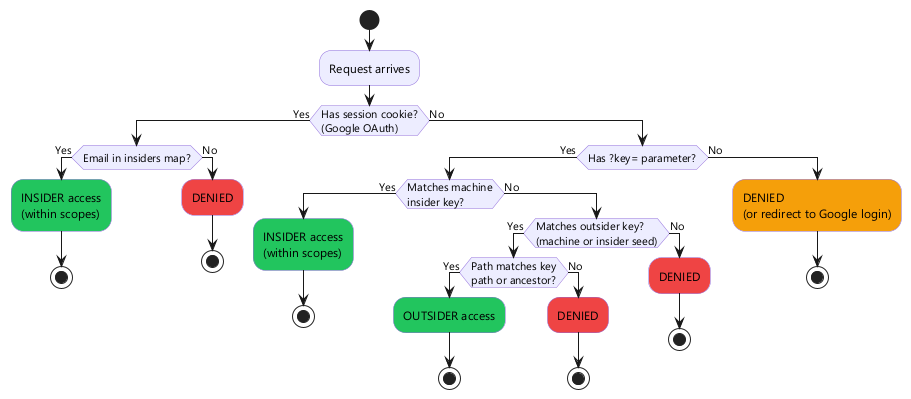
This is diagrams/out/access-decision-flow.png from karmaniverous/jeeves-server, a PlantUML export, as it was before one commit. The source it was exported from:
```plantuml
@startuml access-decision-flow
skinparam backgroundColor white
skinparam shadowing false
skinparam defaultFontName "Segoe UI"
skinparam ActivityDiamondBackgroundColor #ECECFF
skinparam ActivityDiamondBorderColor #9370DB
skinparam ActivityBackgroundColor #ECECFF
skinparam ActivityBorderColor #9370DB

start

:Request arrives;

if (Has session cookie?\n(Google OAuth)) then (Yes)
  if (Email in insiders map?) then (Yes)
    :INSIDER access\n(within scopes);<<#22c55e>>
    stop
  else (No)
    :DENIED;<<#ef4444>>
    stop
  endif
else (No)
  if (Has ?key= parameter?) then (Yes)
    if (Matches machine\ninsider key?) then (Yes)
      :INSIDER access\n(within scopes);<<#22c55e>>
      stop
    else (No)
      if (Matches outsider key?\n(machine or insider seed)) then (Yes)
        if (Path matches key\npath or ancestor?) then (Yes)
          :OUTSIDER access;<<#22c55e>>
          stop
        else (No)
          :DENIED;<<#ef4444>>
          stop
        endif
      else (No)
        :DENIED;<<#ef4444>>
        stop
      endif
    endif
  else (No)
    :DENIED\n(or redirect to Google login);<<#f59e0b>>
    stop
  endif
endif

@enduml
```
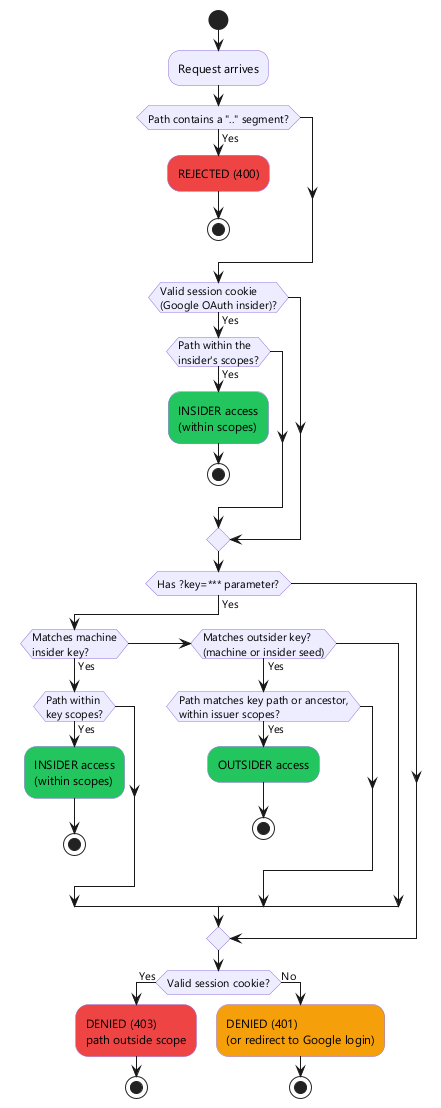
Above is the later version.

What changed in the source:
```diff
@@ -11,37 +11,38 @@
 
 :Request arrives;
 
-if (Has session cookie?\n(Google OAuth)) then (Yes)
-  if (Email in insiders map?) then (Yes)
+if (Path contains a ".." segment?) then (Yes)
+  :REJECTED (400);<<#ef4444>>
+  stop
+endif
+
+if (Valid session cookie\n(Google OAuth insider)?) then (Yes)
+  if (Path within the\ninsider's scopes?) then (Yes)
     :INSIDER access\n(within scopes);<<#22c55e>>
-    stop
-  else (No)
-    :DENIED;<<#ef4444>>
-    stop
-  endif
-else (No)
-  if (Has ?key= parameter?) then (Yes)
-    if (Matches machine\ninsider key?) then (Yes)
-      :INSIDER access\n(within scopes);<<#22c55e>>
-      stop
-    else (No)
-      if (Matches outsider key?\n(machine or insider seed)) then (Yes)
-        if (Path matches key\npath or ancestor?) then (Yes)
-          :OUTSIDER access;<<#22c55e>>
-          stop
-        else (No)
-          :DENIED;<<#ef4444>>
-          stop
-        endif
-      else (No)
-        :DENIED;<<#ef4444>>
-        stop
-      endif
-    endif
-  else (No)
-    :DENIED\n(or redirect to Google login);<<#f59e0b>>
     stop
   endif
 endif
 
+if (Has ?key=*** parameter?) then (Yes)
+  if (Matches machine\ninsider key?) then (Yes)
+    if (Path within\nkey scopes?) then (Yes)
+      :INSIDER access\n(within scopes);<<#22c55e>>
+      stop
+    endif
+  elseif (Matches outsider key?\n(machine or insider seed)) then (Yes)
+    if (Path matches key path or ancestor,\nwithin issuer scopes?) then (Yes)
+      :OUTSIDER access;<<#22c55e>>
+      stop
+    endif
+  endif
+endif
+
+if (Valid session cookie?) then (Yes)
+  :DENIED (403)\npath outside scope;<<#ef4444>>
+  stop
+else (No)
+  :DENIED (401)\n(or redirect to Google login);<<#f59e0b>>
+  stop
+endif
+
 @enduml
```
